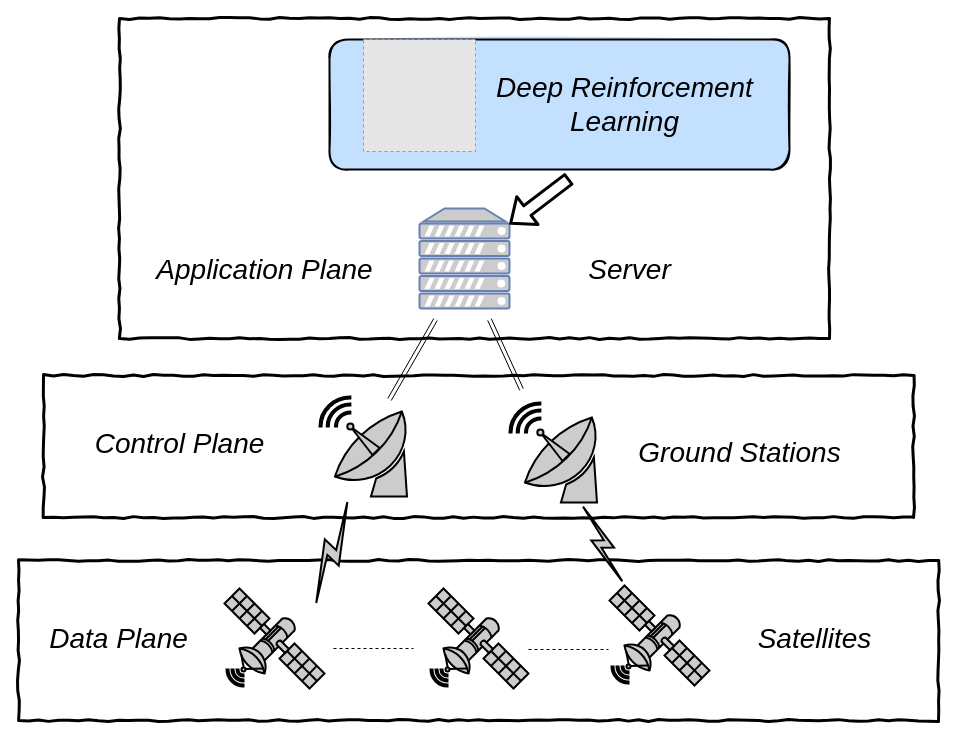
The draw.io diagram page "算法1SDN" (9 of 16) of drawio.drawio in peachhhhh/satellite, before the edit. Source tidied: cells renumbered, new cells numbered last; positions are measured from the earlier drawing's top-left corner, leaving out a move shared by most shapes. Both pictures are drawn from the tidied source at 100%, with x=0, y=0 at pixel (18, 18). Pictures stored in the file or linked from it are replaced by grey dashed boxes.
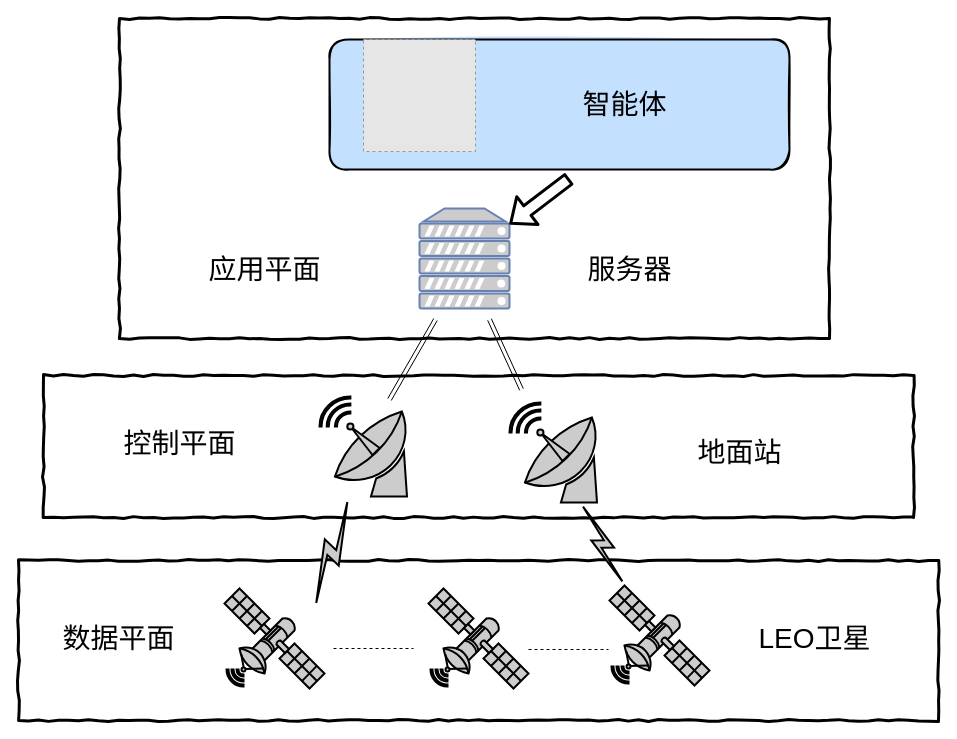
After the change.

Diff of the diagram source:
```diff
@@
-    <mxCell id="6" value="&lt;div&gt;Deep Reinforcement &lt;br&gt;&lt;/div&gt;&lt;div&gt;Learning&lt;/div&gt;" style="text;html=1;align=center;verticalAlign=middle;fontSize=28;fontStyle=2;" parent="1" vertex="1">
-      <mxGeometry x="471" y="51" width="270" height="70" as="geometry" />
+    <mxCell id="6" value="&lt;div&gt;智能体&lt;/div&gt;" style="text;html=1;align=center;verticalAlign=middle;fontSize=28;fontStyle=0;" parent="1" vertex="1">
+      <mxGeometry x="556" y="66" width="100" height="40" as="geometry" />
     </mxCell>
@@
-    <mxCell id="19" value="&lt;div style=&quot;font-size: 28px;&quot;&gt;&lt;font style=&quot;font-size: 28px;&quot;&gt;Control Plane&lt;/font&gt;&lt;/div&gt;" style="text;html=1;align=center;verticalAlign=middle;fontSize=28;fontColor=#000000;fontStyle=2;" parent="1" vertex="1">
-      <mxGeometry x="71" y="405" width="180" height="40" as="geometry" />
+    <mxCell id="19" value="&lt;div style=&quot;font-size: 28px&quot;&gt;&lt;font style=&quot;font-size: 28px&quot;&gt;控制平面&lt;/font&gt;&lt;/div&gt;" style="text;html=1;align=center;verticalAlign=middle;fontSize=28;fontColor=#000000;fontStyle=0;" parent="1" vertex="1">
+      <mxGeometry x="96" y="405" width="130" height="40" as="geometry" />
     </mxCell>
-    <mxCell id="20" value="Application Plane" style="text;html=1;align=center;verticalAlign=middle;fontSize=28;fontColor=#000000;fontStyle=2;" parent="1" vertex="1">
-      <mxGeometry x="131" y="231" width="230" height="40" as="geometry" />
+    <mxCell id="20" value="应用平面" style="text;html=1;align=center;verticalAlign=middle;fontSize=28;fontColor=#000000;fontStyle=0;" parent="1" vertex="1">
+      <mxGeometry x="181" y="231" width="130" height="40" as="geometry" />
     </mxCell>
-    <mxCell id="21" value="&lt;div style=&quot;font-size: 28px&quot;&gt;&lt;font style=&quot;font-size: 28px&quot;&gt;Data Plane&lt;/font&gt;&lt;/div&gt;" style="text;html=1;align=center;verticalAlign=middle;fontSize=28;fontColor=#000000;fontStyle=2;" parent="1" vertex="1">
-      <mxGeometry x="25" y="600" width="150" height="40" as="geometry" />
+    <mxCell id="21" value="&lt;div style=&quot;font-size: 28px&quot;&gt;&lt;font style=&quot;font-size: 28px&quot;&gt;数据平面&lt;/font&gt;&lt;/div&gt;" style="text;html=1;align=center;verticalAlign=middle;fontSize=28;fontColor=#000000;fontStyle=0;" parent="1" vertex="1">
+      <mxGeometry x="35" y="600" width="130" height="40" as="geometry" />
     </mxCell>
@@
-    <mxCell id="23" value="Server" style="text;html=1;align=center;verticalAlign=middle;fontSize=28;fontStyle=2;" parent="1" vertex="1">
+    <mxCell id="23" value="服务器" style="text;html=1;align=center;verticalAlign=middle;fontSize=28;fontStyle=0;" parent="1" vertex="1">
       <mxGeometry x="561" y="231" width="100" height="40" as="geometry" />
     </mxCell>
-    <mxCell id="24" value="Satellites" style="text;html=1;align=center;verticalAlign=middle;fontSize=28;fontStyle=2;" parent="1" vertex="1">
+    <mxCell id="24" value="LEO卫星" style="text;html=1;align=center;verticalAlign=middle;fontSize=28;fontStyle=0;" parent="1" vertex="1">
       <mxGeometry x="731" y="600" width="130" height="40" as="geometry" />
     </mxCell>
@@
-    <mxCell id="26" value="Ground Stations" style="text;html=1;align=center;verticalAlign=middle;fontSize=28;fontStyle=2;" parent="1" vertex="1">
-      <mxGeometry x="611" y="414" width="220" height="40" as="geometry" />
+    <mxCell id="26" value="地面站" style="text;html=1;align=center;verticalAlign=middle;fontSize=28;fontStyle=0;" parent="1" vertex="1">
+      <mxGeometry x="671" y="414" width="100" height="40" as="geometry" />
     </mxCell>
```
